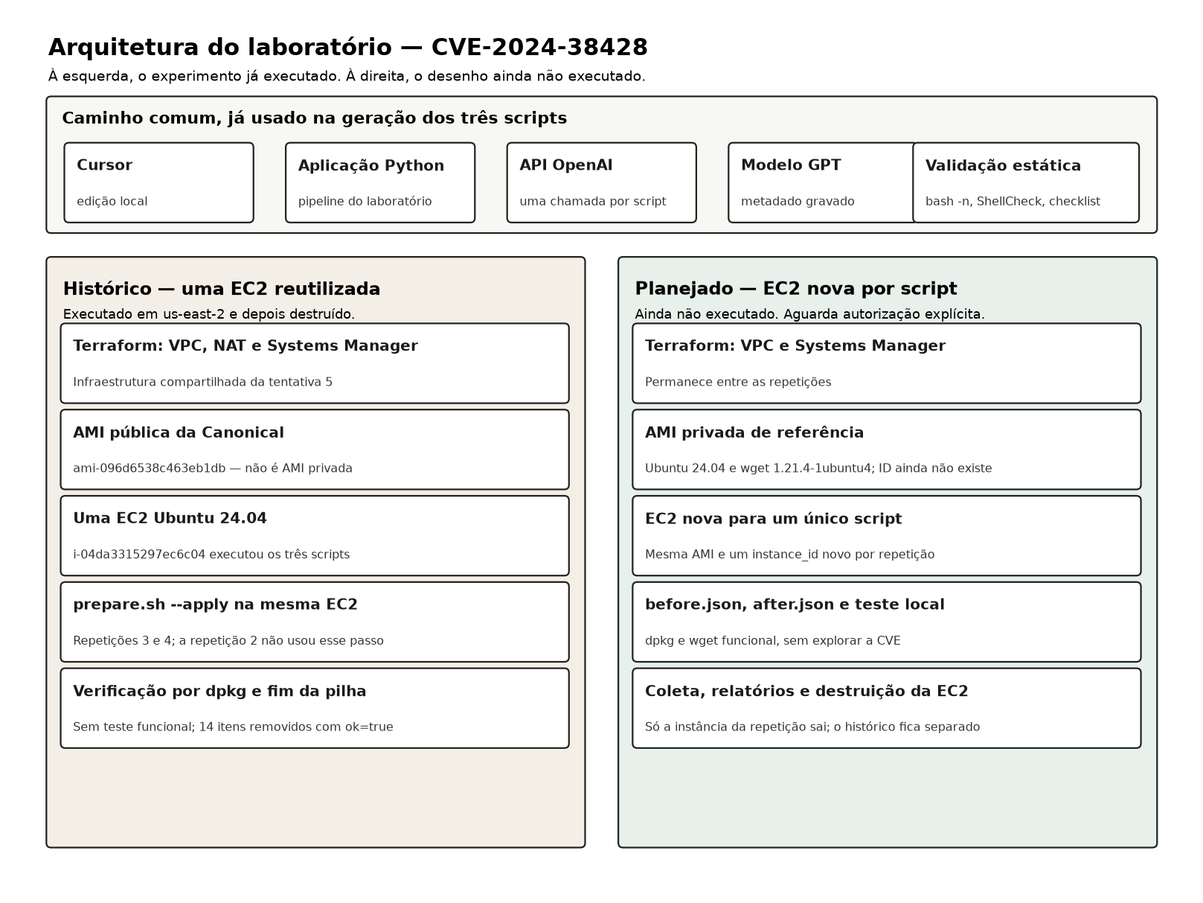
Above: tcc-gpt-linux/docs/arquitetura/arquitetura.png in samorimth/project-automation-remediate (Mermaid), before the change. Its source is kept beside it as tcc-gpt-linux/docs/arquitetura/arquitetura.mmd.
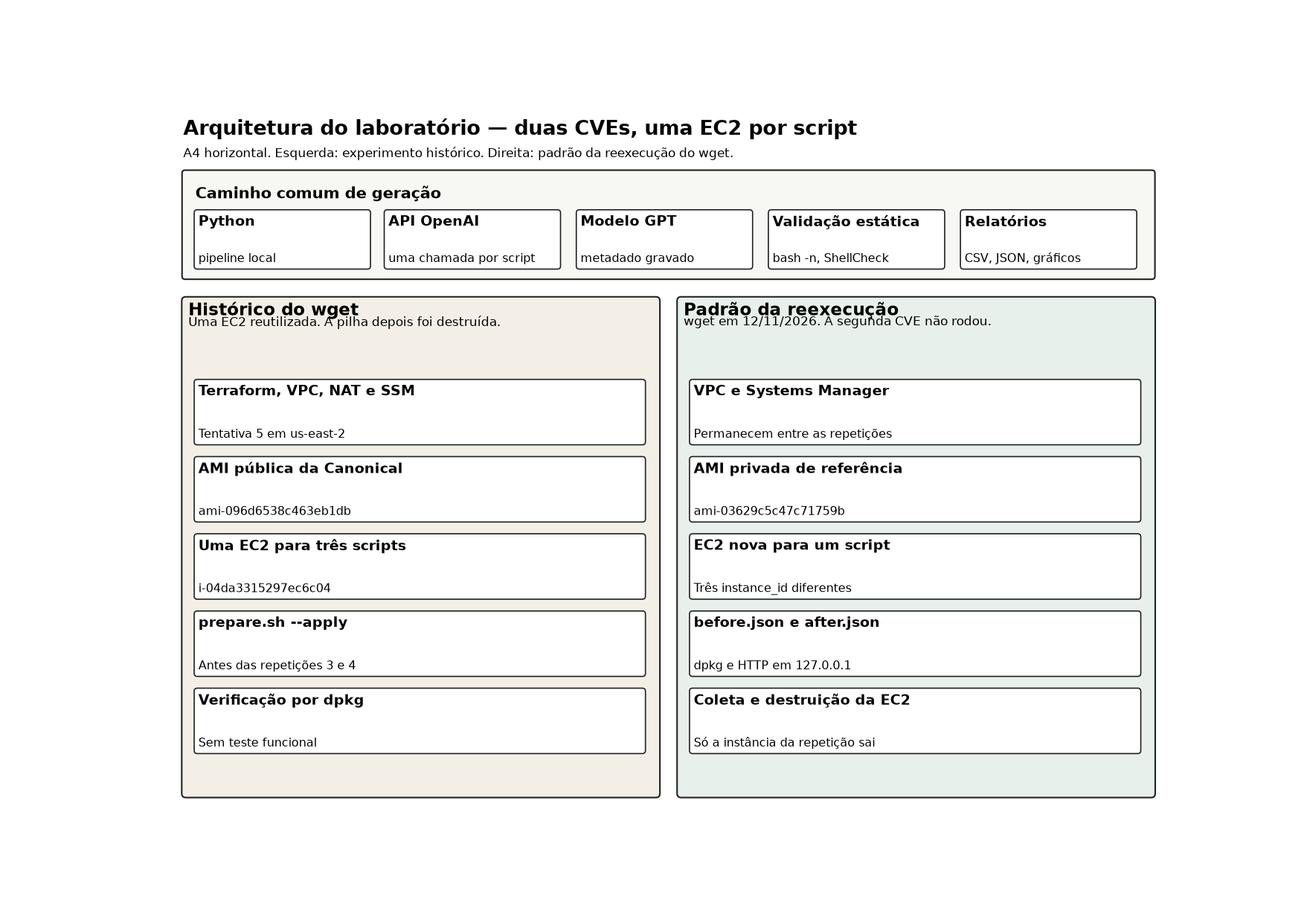
After the change.

What changed in the source:
```diff
@@ -21,14 +21,13 @@
     ec2Unica --> verifyHist --> fimPilha
   end
 
-  subgraph planejado [Arquitetura planejada ainda nao executada]
-    vpc[VPC compartilhada e Systems Manager]
-    amiPrivada[AMI privada de referencia]
+  subgraph planejado [Padrao usado na reexecucao do wget]
+    ami[AMI privada de referencia]
     ec2Nova[EC2 nova para um unico script]
     antes[before.json]
     depois[after.json e teste funcional]
     fimEc2[Destruir somente essa EC2]
-    vpc --> amiPrivada --> ec2Nova --> antes --> depois --> fimEc2
+    vpc[VPC compartilhada e Systems Manager] --> ami --> ec2Nova --> antes --> depois --> fimEc2
   end
 
   revisao --> historico
```
